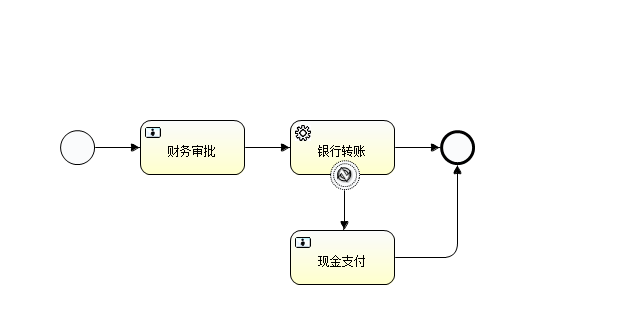
Before: resources/bpmn/ExpenseAccount.png, a diagram exported from BPMN (zhaoml529/SpringMVC-Activiti5.16-Shiro). Its source is kept beside it as resources/bpmn/ExpenseAccount.bpmn. Ids are renumbered.
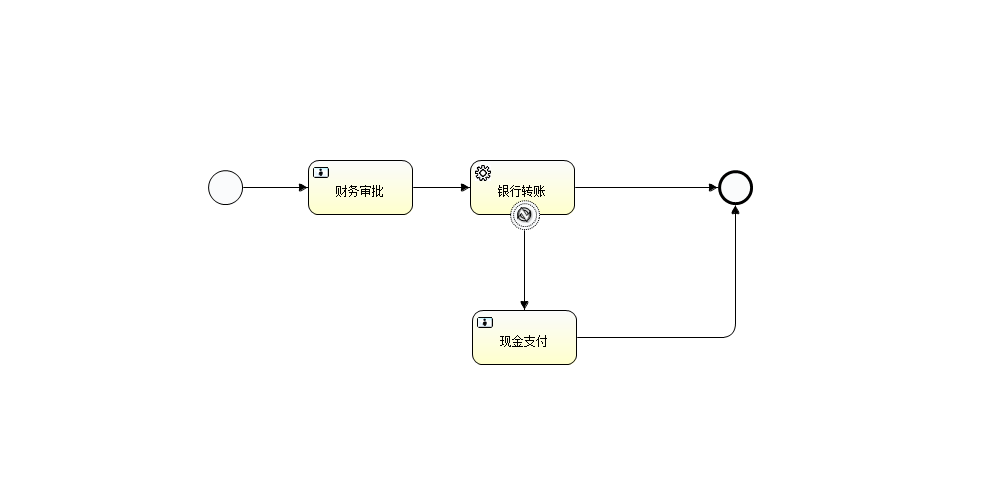
The same diagram one commit later.

Change to the diagram source:
```diff
@@ -22,44 +22,43 @@
   <bpmndi:BPMNDiagram id="BPMNDiagram_com.zml.oa.expense">
     <bpmndi:BPMNPlane bpmnElement="com.zml.oa.expense" id="BPMNPlane_com.zml.oa.expense">
       <bpmndi:BPMNShape bpmnElement="startevent1" id="BPMNShape_startevent1">
-        <omgdc:Bounds height="35.0" width="35.0" x="60.0" y="130.0"></omgdc:Bounds>
+        <omgdc:Bounds height="35.0" width="35.0" x="208.0" y="170.0"></omgdc:Bounds>
       </bpmndi:BPMNShape>
       <bpmndi:BPMNShape bpmnElement="financeAudit" id="BPMNShape_financeAudit">
-        <omgdc:Bounds height="55.0" width="105.0" x="140.0" y="120.0"></omgdc:Bounds>
+        <omgdc:Bounds height="55.0" width="105.0" x="308.0" y="160.0"></omgdc:Bounds>
       </bpmndi:BPMNShape>
       <bpmndi:BPMNShape bpmnElement="servicetask1" id="BPMNShape_servicetask1">
-        <omgdc:Bounds height="55.0" width="105.0" x="290.0" y="120.0"></omgdc:Bounds>
+        <omgdc:Bounds height="55.0" width="105.0" x="470.0" y="160.0"></omgdc:Bounds>
       </bpmndi:BPMNShape>
       <bpmndi:BPMNShape bpmnElement="boundaryerror1" id="BPMNShape_boundaryerror1">
-        <omgdc:Bounds height="30.0" width="30.0" x="330.0" y="160.0"></omgdc:Bounds>
+        <omgdc:Bounds height="30.0" width="30.0" x="510.0" y="200.0"></omgdc:Bounds>
       </bpmndi:BPMNShape>
       <bpmndi:BPMNShape bpmnElement="payForMoney" id="BPMNShape_payForMoney">
-        <omgdc:Bounds height="55.0" width="105.0" x="290.0" y="230.0"></omgdc:Bounds>
+        <omgdc:Bounds height="55.0" width="105.0" x="472.0" y="310.0"></omgdc:Bounds>
       </bpmndi:BPMNShape>
       <bpmndi:BPMNShape bpmnElement="endevent1" id="BPMNShape_endevent1">
-        <omgdc:Bounds height="35.0" width="35.0" x="440.0" y="130.0"></omgdc:Bounds>
+        <omgdc:Bounds height="35.0" width="35.0" x="718.0" y="170.0"></omgdc:Bounds>
       </bpmndi:BPMNShape>
       <bpmndi:BPMNEdge bpmnElement="flow1" id="BPMNEdge_flow1">
-        <omgdi:waypoint x="95.0" y="147.0"></omgdi:waypoint>
-        <omgdi:waypoint x="140.0" y="147.0"></omgdi:waypoint>
+        <omgdi:waypoint x="243.0" y="187.0"></omgdi:waypoint>
+        <omgdi:waypoint x="308.0" y="187.0"></omgdi:waypoint>
       </bpmndi:BPMNEdge>
       <bpmndi:BPMNEdge bpmnElement="flow2" id="BPMNEdge_flow2">
-        <omgdi:waypoint x="245.0" y="147.0"></omgdi:waypoint>
-        <omgdi:waypoint x="290.0" y="147.0"></omgdi:waypoint>
+        <omgdi:waypoint x="413.0" y="187.0"></omgdi:waypoint>
+        <omgdi:waypoint x="470.0" y="187.0"></omgdi:waypoint>
       </bpmndi:BPMNEdge>
       <bpmndi:BPMNEdge bpmnElement="flow3" id="BPMNEdge_flow3">
-        <omgdi:waypoint x="345.0" y="190.0"></omgdi:waypoint>
-        <omgdi:waypoint x="344.0" y="211.0"></omgdi:waypoint>
-        <omgdi:waypoint x="342.0" y="230.0"></omgdi:waypoint>
+        <omgdi:waypoint x="525.0" y="230.0"></omgdi:waypoint>
+        <omgdi:waypoint x="524.0" y="310.0"></omgdi:waypoint>
       </bpmndi:BPMNEdge>
       <bpmndi:BPMNEdge bpmnElement="flow4" id="BPMNEdge_flow4">
-        <omgdi:waypoint x="395.0" y="147.0"></omgdi:waypoint>
-        <omgdi:waypoint x="440.0" y="147.0"></omgdi:waypoint>
+        <omgdi:waypoint x="575.0" y="187.0"></omgdi:waypoint>
+        <omgdi:waypoint x="718.0" y="187.0"></omgdi:waypoint>
       </bpmndi:BPMNEdge>
       <bpmndi:BPMNEdge bpmnElement="flow5" id="BPMNEdge_flow5">
-        <omgdi:waypoint x="395.0" y="257.0"></omgdi:waypoint>
-        <omgdi:waypoint x="457.0" y="257.0"></omgdi:waypoint>
-        <omgdi:waypoint x="457.0" y="165.0"></omgdi:waypoint>
+        <omgdi:waypoint x="577.0" y="337.0"></omgdi:waypoint>
+        <omgdi:waypoint x="735.0" y="337.0"></omgdi:waypoint>
+        <omgdi:waypoint x="735.0" y="205.0"></omgdi:waypoint>
       </bpmndi:BPMNEdge>
     </bpmndi:BPMNPlane>
   </bpmndi:BPMNDiagram>
```
